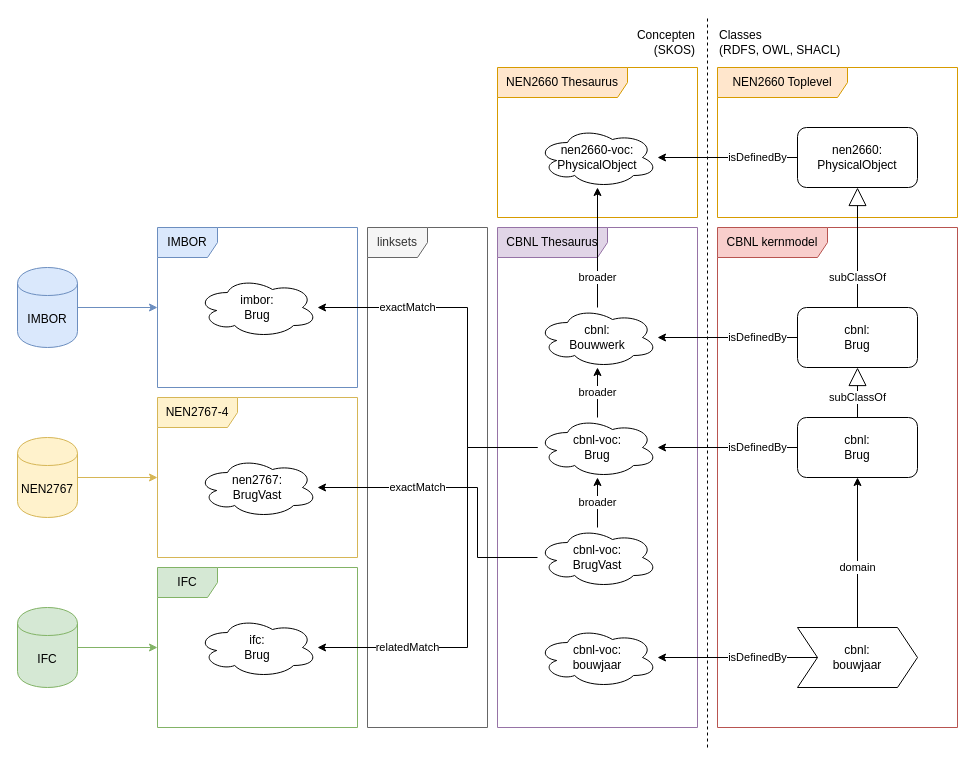
Before: bijlagen/CB-NL concepten en classes.drawio in nl-digigo/CB-NL, a draw.io diagram. Source tidied: cells renumbered, new cells numbered last; positions are measured from the earlier drawing's top-left corner, leaving out a move shared by most shapes. Both pictures are drawn from the tidied source at 100%, with x=0, y=0 at pixel (17, 17).
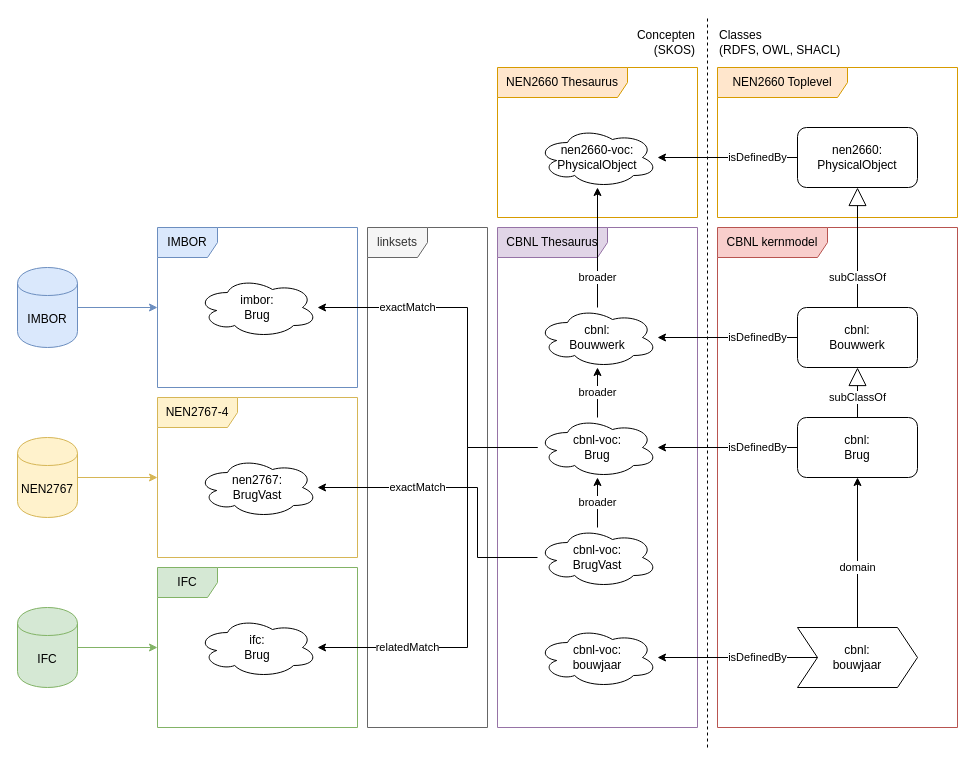
The same diagram, later.

Commit message (it also covers changes not shown here):
Kleine update diagrammen

The edit, as a diff of the source:
```diff
@@
-    <mxCell id="40" value="cbnl:&lt;br&gt;Brug" style="rounded=1;whiteSpace=wrap;html=1;" parent="1" vertex="1">
+    <mxCell id="40" value="cbnl:&lt;br&gt;Bouwwerk" style="rounded=1;whiteSpace=wrap;html=1;" parent="1" vertex="1">
       <mxGeometry x="780" y="290" width="120" height="60" as="geometry" />
     </mxCell>
```
